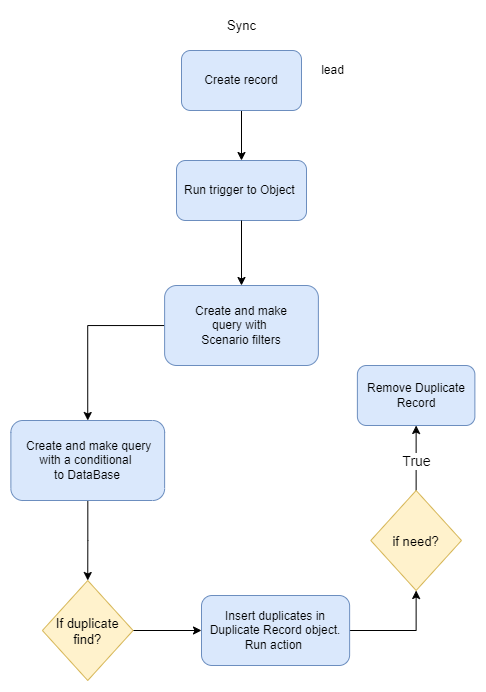
Above: assets/search-duplicates-sync.png in vovantais/Presentation-Duplicates-Application (draw.io), before the change. Source tidied: cells renumbered, new cells last; positions are measured from the earlier drawing's top-left corner, leaving out a move shared by most shapes. Source of this version:
```xml
<mxGraphModel>
  <root>
    <mxCell id="0" />
    <mxCell id="1" parent="0" />
    <mxCell id="2" style="edgeStyle=orthogonalEdgeStyle;rounded=0;jettySize=auto;html=1;exitX=0.5;exitY=1;exitDx=0;exitDy=0;entryX=0.5;entryY=0;entryDx=0;entryDy=0;" parent="1" edge="1" source="3" target="4">
      <mxGeometry relative="1" as="geometry" />
    </mxCell>
    <mxCell id="3" value="Create record" style="rounded=1;whiteSpace=wrap;html=1;fillColor=#dae8fc;strokeColor=#6c8ebf;" parent="1" vertex="1">
      <mxGeometry x="171" y="40" width="120" height="60" as="geometry" />
    </mxCell>
    <mxCell id="4" value="Run trigger to Object&amp;nbsp;" style="rounded=1;whiteSpace=wrap;html=1;fillColor=#DAE8FC;strokeColor=#6c8ebf;" parent="1" vertex="1">
      <mxGeometry x="166" y="150" width="130" height="60" as="geometry" />
    </mxCell>
    <mxCell id="5" style="endArrow=classic;html=1;rounded=0;fontFamily=Helvetica;fontSize=12;exitX=0.5;exitY=1;exitDx=0;exitDy=0;entryX=0.5;entryY=0;entryDx=0;entryDy=0;" parent="1" edge="1" source="4" target="9">
      <mxGeometry relative="1" as="geometry" />
    </mxCell>
    <mxCell id="6" value="lead" style="text;html=1;align=center;verticalAlign=middle;strokeColor=none;fillColor=none;" parent="1" vertex="1">
      <mxGeometry x="296.9" y="45" width="50" height="30" as="geometry" />
    </mxCell>
    <mxCell id="7" value="Sync" style="text;html=1;align=center;verticalAlign=middle;strokeColor=none;fillColor=none;fontSize=13;" parent="1" vertex="1">
      <mxGeometry x="206" width="50" height="30" as="geometry" />
    </mxCell>
    <mxCell id="8" style="edgeStyle=orthogonalEdgeStyle;rounded=0;jettySize=auto;html=1;entryX=0.5;entryY=0;entryDx=0;entryDy=0;fontSize=12;fontColor=#000000;" parent="1" edge="1" source="9" target="11">
      <mxGeometry x="0.41" y="-13" relative="1" as="geometry">
        <Array as="points">
          <mxPoint x="77" y="315" />
        </Array>
      </mxGeometry>
    </mxCell>
    <mxCell id="9" value="Create and make &lt;br&gt;query with&amp;nbsp;&lt;br style=&quot;border-color: var(--border-color);&quot;&gt;Scenario filters" style="rounded=1;whiteSpace=wrap;html=1;fillColor=#dae8fc;strokeColor=#6c8ebf;" parent="1" vertex="1">
      <mxGeometry x="154.1" y="275" width="153.8" height="80" as="geometry" />
    </mxCell>
    <mxCell id="10" style="edgeStyle=orthogonalEdgeStyle;rounded=0;jettySize=auto;html=1;entryX=0.5;entryY=0;entryDx=0;entryDy=0;fontSize=12;fontColor=#000000;" parent="1" edge="1" source="11" target="13">
      <mxGeometry relative="1" as="geometry" />
    </mxCell>
    <mxCell id="11" value="&amp;nbsp;Create and make query with a conditional&amp;nbsp;&lt;br&gt;to DataBase" style="rounded=1;whiteSpace=wrap;html=1;fillColor=#dae8fc;strokeColor=#6c8ebf;" parent="1" vertex="1">
      <mxGeometry x="0.4" y="410" width="153.8" height="80" as="geometry" />
    </mxCell>
    <mxCell id="12" style="edgeStyle=orthogonalEdgeStyle;rounded=0;jettySize=auto;html=1;fontSize=12;fontColor=#000000;entryX=0;entryY=0.5;entryDx=0;entryDy=0;" parent="1" edge="1" source="13" target="15">
      <mxGeometry relative="1" as="geometry" />
    </mxCell>
    <mxCell id="13" value="If duplicate&#10;find?" style="rhombus;fontSize=13;fillColor=#fff2cc;strokeColor=#d6b656;" parent="1" vertex="1">
      <mxGeometry x="31.9" y="570" width="90.7" height="100" as="geometry" />
    </mxCell>
    <mxCell id="14" style="edgeStyle=orthogonalEdgeStyle;rounded=0;jettySize=auto;html=1;exitX=1;exitY=0.5;exitDx=0;exitDy=0;entryX=0.5;entryY=1;entryDx=0;entryDy=0;fontSize=12;fontColor=#000000;" parent="1" edge="1" source="15" target="18">
      <mxGeometry relative="1" as="geometry" />
    </mxCell>
    <mxCell id="15" value="&lt;font style=&quot;font-size: 12px;&quot;&gt;Insert duplicates in Duplicate Record object.&lt;br&gt;Run action&amp;nbsp;&lt;/font&gt;" style="rounded=1;whiteSpace=wrap;html=1;fillColor=#dae8fc;strokeColor=#6c8ebf;" parent="1" vertex="1">
      <mxGeometry x="191" y="585" width="148.1" height="70" as="geometry" />
    </mxCell>
    <mxCell id="16" value="Remove Duplicate Record" style="rounded=1;whiteSpace=wrap;html=1;fillColor=#dae8fc;strokeColor=#6c8ebf;" parent="1" vertex="1">
      <mxGeometry x="346.9" y="355" width="117.5" height="60" as="geometry" />
    </mxCell>
    <mxCell id="17" style="edgeStyle=orthogonalEdgeStyle;rounded=0;jettySize=auto;html=1;exitX=0.5;exitY=0;exitDx=0;exitDy=0;entryX=0.5;entryY=1;entryDx=0;entryDy=0;fontSize=12;fontColor=#000000;" parent="1" edge="1" source="18" target="16">
      <mxGeometry relative="1" as="geometry" />
    </mxCell>
    <mxCell id="18" value="if need?" style="rhombus;fontSize=13;fillColor=#fff2cc;strokeColor=#d6b656;" parent="1" vertex="1">
      <mxGeometry x="360.3" y="480" width="90.7" height="100" as="geometry" />
    </mxCell>
    <mxCell id="19" value="True" style="edgeLabel;html=1;align=center;verticalAlign=middle;fontSize=14;" parent="1" vertex="1">
      <mxGeometry x="405.6" y="450" as="geometry" />
    </mxCell>
  </root>
</mxGraphModel>
```
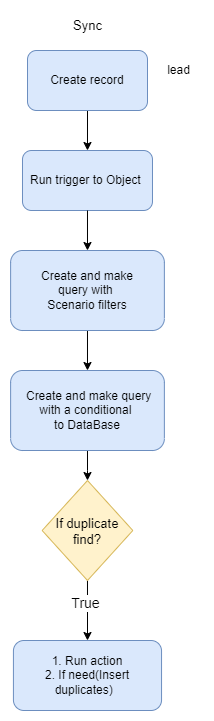
The same diagram one commit later.

The edit, as a diff of the source:
```diff
@@ -9,7 +9,7 @@
       <mxGeometry x="171" y="40" width="120" height="60" as="geometry" />
     </mxCell>
     <mxCell id="4" value="Run trigger to Object&amp;nbsp;" style="rounded=1;whiteSpace=wrap;html=1;fillColor=#DAE8FC;strokeColor=#6c8ebf;" parent="1" vertex="1">
-      <mxGeometry x="166" y="150" width="130" height="60" as="geometry" />
+      <mxGeometry x="166" y="140" width="130" height="60" as="geometry" />
     </mxCell>
     <mxCell id="5" style="endArrow=classic;html=1;rounded=0;fontFamily=Helvetica;fontSize=12;exitX=0.5;exitY=1;exitDx=0;exitDy=0;entryX=0.5;entryY=0;entryDx=0;entryDy=0;" parent="1" edge="1" source="4" target="9">
       <mxGeometry relative="1" as="geometry" />
@@ -20,45 +20,31 @@
     <mxCell id="7" value="Sync" style="text;html=1;align=center;verticalAlign=middle;strokeColor=none;fillColor=none;fontSize=13;" parent="1" vertex="1">
       <mxGeometry x="206" width="50" height="30" as="geometry" />
     </mxCell>
-    <mxCell id="8" style="edgeStyle=orthogonalEdgeStyle;rounded=0;jettySize=auto;html=1;entryX=0.5;entryY=0;entryDx=0;entryDy=0;fontSize=12;fontColor=#000000;" parent="1" edge="1" source="9" target="11">
-      <mxGeometry x="0.41" y="-13" relative="1" as="geometry">
-        <Array as="points">
-          <mxPoint x="77" y="315" />
-        </Array>
-      </mxGeometry>
+    <mxCell id="8" style="edgeStyle=orthogonalEdgeStyle;rounded=0;jettySize=auto;html=1;exitX=0.5;exitY=1;exitDx=0;exitDy=0;entryX=0.5;entryY=0;entryDx=0;entryDy=0;" parent="1" edge="1" source="9" target="11">
+      <mxGeometry relative="1" as="geometry" />
     </mxCell>
     <mxCell id="9" value="Create and make &lt;br&gt;query with&amp;nbsp;&lt;br style=&quot;border-color: var(--border-color);&quot;&gt;Scenario filters" style="rounded=1;whiteSpace=wrap;html=1;fillColor=#dae8fc;strokeColor=#6c8ebf;" parent="1" vertex="1">
-      <mxGeometry x="154.1" y="275" width="153.8" height="80" as="geometry" />
+      <mxGeometry x="154.1" y="240" width="153.8" height="80" as="geometry" />
     </mxCell>
-    <mxCell id="10" style="edgeStyle=orthogonalEdgeStyle;rounded=0;jettySize=auto;html=1;entryX=0.5;entryY=0;entryDx=0;entryDy=0;fontSize=12;fontColor=#000000;" parent="1" edge="1" source="11" target="13">
+    <mxCell id="10" style="edgeStyle=orthogonalEdgeStyle;rounded=0;jettySize=auto;html=1;exitX=0.5;exitY=1;exitDx=0;exitDy=0;" parent="1" edge="1" source="11" target="13">
       <mxGeometry relative="1" as="geometry" />
     </mxCell>
     <mxCell id="11" value="&amp;nbsp;Create and make query with a conditional&amp;nbsp;&lt;br&gt;to DataBase" style="rounded=1;whiteSpace=wrap;html=1;fillColor=#dae8fc;strokeColor=#6c8ebf;" parent="1" vertex="1">
-      <mxGeometry x="0.4" y="410" width="153.8" height="80" as="geometry" />
+      <mxGeometry x="154.1" y="360" width="153.8" height="80" as="geometry" />
     </mxCell>
-    <mxCell id="12" style="edgeStyle=orthogonalEdgeStyle;rounded=0;jettySize=auto;html=1;fontSize=12;fontColor=#000000;entryX=0;entryY=0.5;entryDx=0;entryDy=0;" parent="1" edge="1" source="13" target="15">
+    <mxCell id="12" style="edgeStyle=orthogonalEdgeStyle;rounded=0;jettySize=auto;html=1;exitX=0.5;exitY=1;exitDx=0;exitDy=0;" parent="1" edge="1" source="13" target="15">
       <mxGeometry relative="1" as="geometry" />
     </mxCell>
     <mxCell id="13" value="If duplicate&#10;find?" style="rhombus;fontSize=13;fillColor=#fff2cc;strokeColor=#d6b656;" parent="1" vertex="1">
-      <mxGeometry x="31.9" y="570" width="90.7" height="100" as="geometry" />
+      <mxGeometry x="185.6" y="470" width="90.7" height="100" as="geometry" />
     </mxCell>
-    <mxCell id="14" style="edgeStyle=orthogonalEdgeStyle;rounded=0;jettySize=auto;html=1;exitX=1;exitY=0.5;exitDx=0;exitDy=0;entryX=0.5;entryY=1;entryDx=0;entryDy=0;fontSize=12;fontColor=#000000;" parent="1" edge="1" source="15" target="18">
-      <mxGeometry relative="1" as="geometry" />
-    </mxCell>
-    <mxCell id="15" value="&lt;font style=&quot;font-size: 12px;&quot;&gt;Insert duplicates in Duplicate Record object.&lt;br&gt;Run action&amp;nbsp;&lt;/font&gt;" style="rounded=1;whiteSpace=wrap;html=1;fillColor=#dae8fc;strokeColor=#6c8ebf;" parent="1" vertex="1">
-      <mxGeometry x="191" y="585" width="148.1" height="70" as="geometry" />
+    <mxCell id="15" value="&lt;font style=&quot;font-size: 12px;&quot;&gt;1. Run action&lt;br&gt;2. If need(Insert duplicates)&amp;nbsp;&amp;nbsp;&lt;/font&gt;" style="rounded=1;whiteSpace=wrap;html=1;fillColor=#dae8fc;strokeColor=#6c8ebf;" parent="1" vertex="1">
+      <mxGeometry x="156.9" y="630" width="148.1" height="70" as="geometry" />
     </mxCell>
-    <mxCell id="16" value="Remove Duplicate Record" style="rounded=1;whiteSpace=wrap;html=1;fillColor=#dae8fc;strokeColor=#6c8ebf;" parent="1" vertex="1">
-      <mxGeometry x="346.9" y="355" width="117.5" height="60" as="geometry" />
-    </mxCell>
-    <mxCell id="17" style="edgeStyle=orthogonalEdgeStyle;rounded=0;jettySize=auto;html=1;exitX=0.5;exitY=0;exitDx=0;exitDy=0;entryX=0.5;entryY=1;entryDx=0;entryDy=0;fontSize=12;fontColor=#000000;" parent="1" edge="1" source="18" target="16">
-      <mxGeometry relative="1" as="geometry" />
-    </mxCell>
-    <mxCell id="18" value="if need?" style="rhombus;fontSize=13;fillColor=#fff2cc;strokeColor=#d6b656;" parent="1" vertex="1">
-      <mxGeometry x="360.3" y="480" width="90.7" height="100" as="geometry" />
-    </mxCell>
     <mxCell id="19" value="True" style="edgeLabel;html=1;align=center;verticalAlign=middle;fontSize=14;" parent="1" vertex="1">
-      <mxGeometry x="405.6" y="450" as="geometry" />
+      <mxGeometry x="191" y="580" as="geometry">
+        <mxPoint x="37" y="12" as="offset" />
+      </mxGeometry>
     </mxCell>
   </root>
 </mxGraphModel>
```
